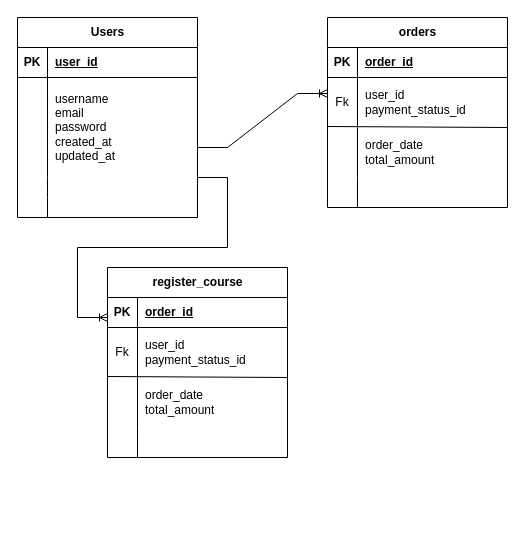
Earlier version of the draw.io diagram Biểu đồ không có tiêu đề.drawio (KiLopFD/Web-Course-Online). Source tidied: cells renumbered, new cells numbered last; positions are measured from the earlier drawing's top-left corner, leaving out a move shared by most shapes. Both pictures are drawn from the tidied source at 100%, with x=0, y=0 at pixel (17, 17).
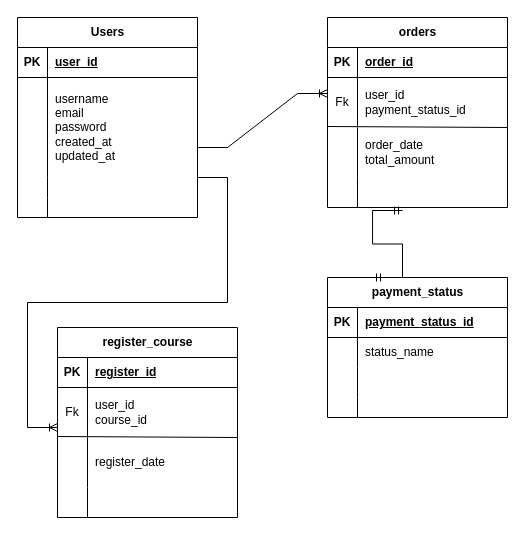
After the change.

The change refers to these unchanged cells:
```xml
<mxCell id="26" style="shape=tableRow;horizontal=0;startSize=0;swimlaneHead=0;swimlaneBody=0;fillColor=none;points=[[0,0.5],[1,0.5]];portConstraint=eastwest;top=0;left=0;right=0;bottom=0;" parent="16" vertex="1">
  <mxGeometry y="160" width="180" height="30" as="geometry" />
</mxCell>
<mxCell id="32" style="shape=tableRow;horizontal=0;startSize=0;swimlaneHead=0;swimlaneBody=0;fillColor=none;top=0;left=0;right=0;bottom=1;" parent="31" vertex="1">
  <mxGeometry y="30" width="180" height="30" as="geometry" />
</mxCell>
<mxCell id="35" style="shape=tableRow;horizontal=0;startSize=0;swimlaneHead=0;swimlaneBody=0;fillColor=none;top=0;left=0;right=0;bottom=0;swimlaneFillColor=none;" parent="31" vertex="1">
  <mxGeometry y="60" width="180" height="50" as="geometry" />
</mxCell>
<mxCell id="38" style="shape=tableRow;horizontal=0;startSize=0;swimlaneHead=0;swimlaneBody=0;fillColor=none;points=[[0,0.5],[1,0.5]];portConstraint=eastwest;top=0;left=0;right=0;bottom=0;" parent="31" vertex="1">
  <mxGeometry y="110" width="180" height="50" as="geometry" />
</mxCell>
```

Diff of the diagram source:
```diff
@@
     <mxCell id="30" style="edgeStyle=entityRelationEdgeStyle;fontSize=12;html=1;endArrow=ERoneToMany;rounded=0;" parent="1" edge="1">
       <mxGeometry relative="1" as="geometry">
         <mxPoint x="180" y="160" as="sourcePoint" />
-        <mxPoint x="90" y="300" as="targetPoint" />
+        <mxPoint x="40" y="410" as="targetPoint" />
       </mxGeometry>
     </mxCell>
     <mxCell id="31" value="register_course" style="shape=table;startSize=30;childLayout=tableLayout;rowLines=0;fontStyle=1;align=center;html=1;" parent="1" vertex="1">
-      <mxGeometry x="90" y="250" width="180" height="190" as="geometry" />
+      <mxGeometry x="40" y="310" width="180" height="190" as="geometry" />
     </mxCell>
@@
-    <mxCell id="34" value="order_id" style="shape=partialRectangle;fillColor=none;top=0;left=0;bottom=0;right=0;align=left;spacingLeft=6;fontStyle=5;overflow=hidden;whiteSpace=wrap;html=1;" parent="32" vertex="1">
+    <mxCell id="34" value="register_id" style="shape=partialRectangle;fillColor=none;top=0;left=0;bottom=0;right=0;align=left;spacingLeft=6;fontStyle=5;overflow=hidden;whiteSpace=wrap;html=1;" parent="32" vertex="1">
       <mxGeometry x="30" width="150" height="30" as="geometry" />
     </mxCell>
@@
-    <mxCell id="37" value="user_id&lt;br&gt;payment_status_id" style="shape=partialRectangle;fillColor=none;top=0;left=0;bottom=0;right=0;align=left;spacingLeft=6;overflow=hidden;whiteSpace=wrap;html=1;strokeWidth=7;labelBorderColor=none;" parent="35" vertex="1">
+    <mxCell id="37" value="user_id&lt;br&gt;course_id" style="shape=partialRectangle;fillColor=none;top=0;left=0;bottom=0;right=0;align=left;spacingLeft=6;overflow=hidden;whiteSpace=wrap;html=1;strokeWidth=7;labelBorderColor=none;" parent="35" vertex="1">
       <mxGeometry x="30" width="150" height="50" as="geometry" />
     </mxCell>
@@
-    <mxCell id="40" value="order_date&lt;br&gt;total_amount" style="shape=partialRectangle;fillColor=none;top=0;left=0;bottom=0;right=0;align=left;spacingLeft=6;overflow=hidden;whiteSpace=wrap;html=1;" parent="38" vertex="1">
+    <mxCell id="40" value="register_date" style="shape=partialRectangle;fillColor=none;top=0;left=0;bottom=0;right=0;align=left;spacingLeft=6;overflow=hidden;whiteSpace=wrap;html=1;" parent="38" vertex="1">
       <mxGeometry x="30" width="150" height="50" as="geometry" />
     </mxCell>
@@
+    <mxCell id="45" value="payment_status" style="shape=table;startSize=30;childLayout=tableLayout;rowLines=0;fontStyle=1;align=center;html=1;" parent="1" vertex="1">
+      <mxGeometry x="310" y="260" width="180" height="140" as="geometry" />
+    </mxCell>
+    <mxCell id="46" style="shape=tableRow;horizontal=0;startSize=0;swimlaneHead=0;swimlaneBody=0;fillColor=none;top=0;left=0;right=0;bottom=1;" parent="45" vertex="1">
+      <mxGeometry y="30" width="180" height="30" as="geometry" />
+    </mxCell>
+    <mxCell id="47" value="PK" style="shape=partialRectangle;fillColor=none;top=0;left=0;bottom=0;right=0;fontStyle=1;overflow=hidden;whiteSpace=wrap;html=1;" parent="46" vertex="1">
+      <mxGeometry width="30" height="30" as="geometry" />
+    </mxCell>
+    <mxCell id="48" value="payment_status_id" style="shape=partialRectangle;fillColor=none;top=0;left=0;bottom=0;right=0;align=left;spacingLeft=6;fontStyle=5;overflow=hidden;whiteSpace=wrap;html=1;" parent="46" vertex="1">
+      <mxGeometry x="30" width="150" height="30" as="geometry" />
+    </mxCell>
+    <mxCell id="49" style="shape=tableRow;horizontal=0;startSize=0;swimlaneHead=0;swimlaneBody=0;fillColor=none;top=0;left=0;right=0;bottom=0;" parent="45" vertex="1">
+      <mxGeometry y="60" width="180" height="30" as="geometry" />
+    </mxCell>
+    <mxCell id="50" style="shape=partialRectangle;fillColor=none;top=0;left=0;bottom=0;right=0;overflow=hidden;whiteSpace=wrap;html=1;" parent="49" vertex="1">
+      <mxGeometry width="30" height="30" as="geometry" />
+    </mxCell>
+    <mxCell id="51" value="status_name" style="shape=partialRectangle;fillColor=none;top=0;left=0;bottom=0;right=0;align=left;spacingLeft=6;overflow=hidden;whiteSpace=wrap;html=1;" parent="49" vertex="1">
+      <mxGeometry x="30" width="150" height="30" as="geometry" />
+    </mxCell>
+    <mxCell id="52" style="shape=tableRow;horizontal=0;startSize=0;swimlaneHead=0;swimlaneBody=0;fillColor=none;top=0;left=0;right=0;bottom=0;" parent="45" vertex="1">
+      <mxGeometry y="90" width="180" height="30" as="geometry" />
+    </mxCell>
+    <mxCell id="53" style="shape=partialRectangle;fillColor=none;top=0;left=0;bottom=0;right=0;overflow=hidden;whiteSpace=wrap;html=1;" parent="52" vertex="1">
+      <mxGeometry width="30" height="30" as="geometry" />
+    </mxCell>
+    <mxCell id="54" style="shape=partialRectangle;fillColor=none;top=0;left=0;bottom=0;right=0;align=left;spacingLeft=6;overflow=hidden;whiteSpace=wrap;html=1;" parent="52" vertex="1">
+      <mxGeometry x="30" width="150" height="30" as="geometry" />
+    </mxCell>
+    <mxCell id="55" style="shape=tableRow;horizontal=0;startSize=0;swimlaneHead=0;swimlaneBody=0;fillColor=none;top=0;left=0;right=0;bottom=0;" parent="45" vertex="1">
+      <mxGeometry y="120" width="180" height="20" as="geometry" />
+    </mxCell>
+    <mxCell id="56" style="shape=partialRectangle;fillColor=none;top=0;left=0;bottom=0;right=0;overflow=hidden;whiteSpace=wrap;html=1;" parent="55" vertex="1">
+      <mxGeometry width="30" height="20" as="geometry" />
+    </mxCell>
+    <mxCell id="57" style="shape=partialRectangle;fillColor=none;top=0;left=0;bottom=0;right=0;align=left;spacingLeft=6;overflow=hidden;whiteSpace=wrap;html=1;" parent="55" vertex="1">
+      <mxGeometry x="30" width="150" height="20" as="geometry" />
+    </mxCell>
+    <mxCell id="58" style="edgeStyle=entityRelationEdgeStyle;fontSize=12;html=1;endArrow=ERmandOne;startArrow=ERmandOne;rounded=0;entryX=0.417;entryY=1.1;entryDx=0;entryDy=0;entryPerimeter=0;exitX=0.25;exitY=0;exitDx=0;exitDy=0;" parent="1" edge="1" source="45" target="26">
+      <mxGeometry relative="1" as="geometry" />
+    </mxCell>
```
